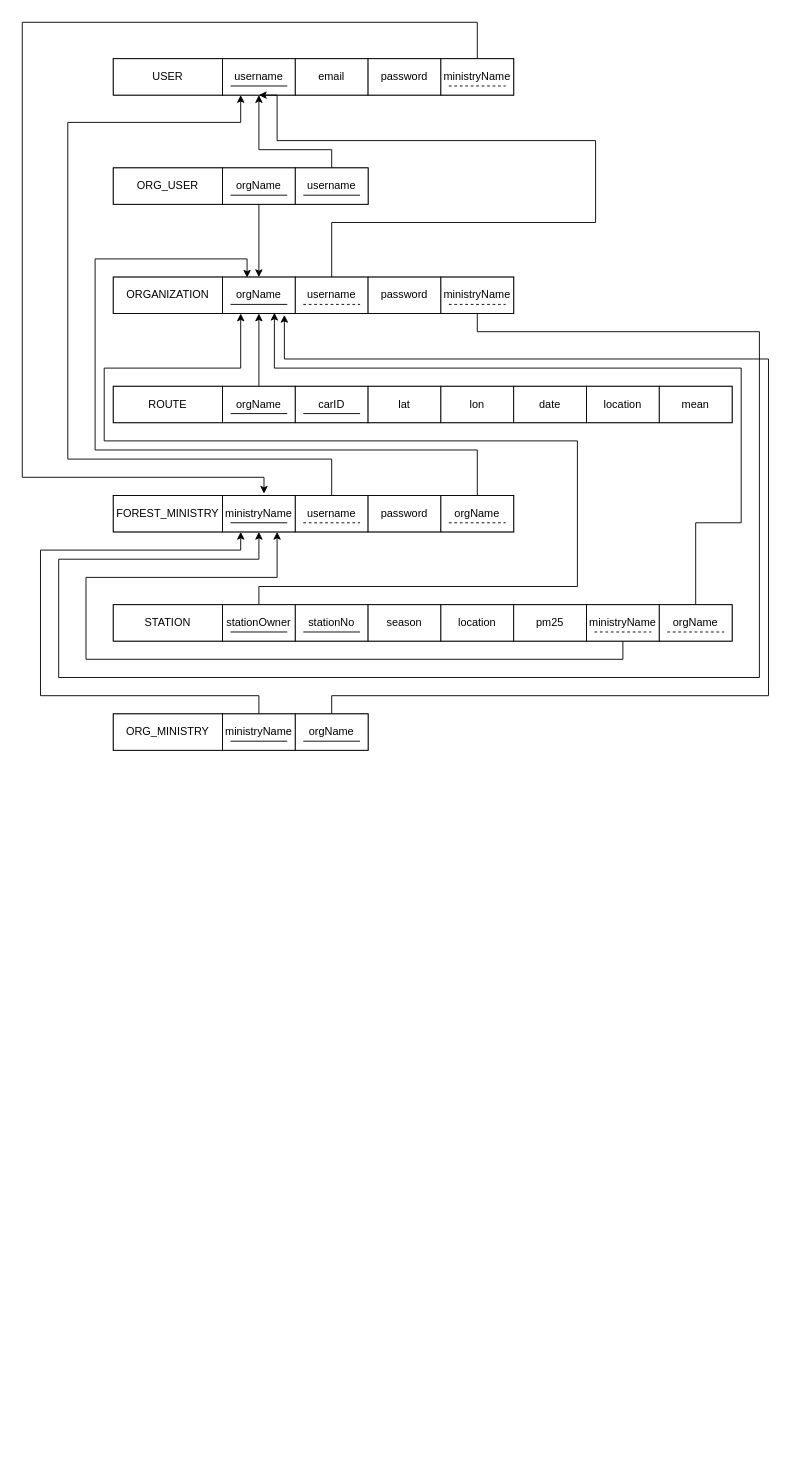
zorojuro75/CSE303-sec-03-Group-03 keeps this draw.io diagram as z-design/RELATIONAL_SCHEMA.drawio. Above is the earlier version. Source tidied: cells renumbered, new cells numbered last; positions are measured from the earlier drawing's top-left corner, leaving out a move shared by most shapes. Both pictures are drawn from the tidied source at 91%, with x=0, y=0 at pixel (22, 22).
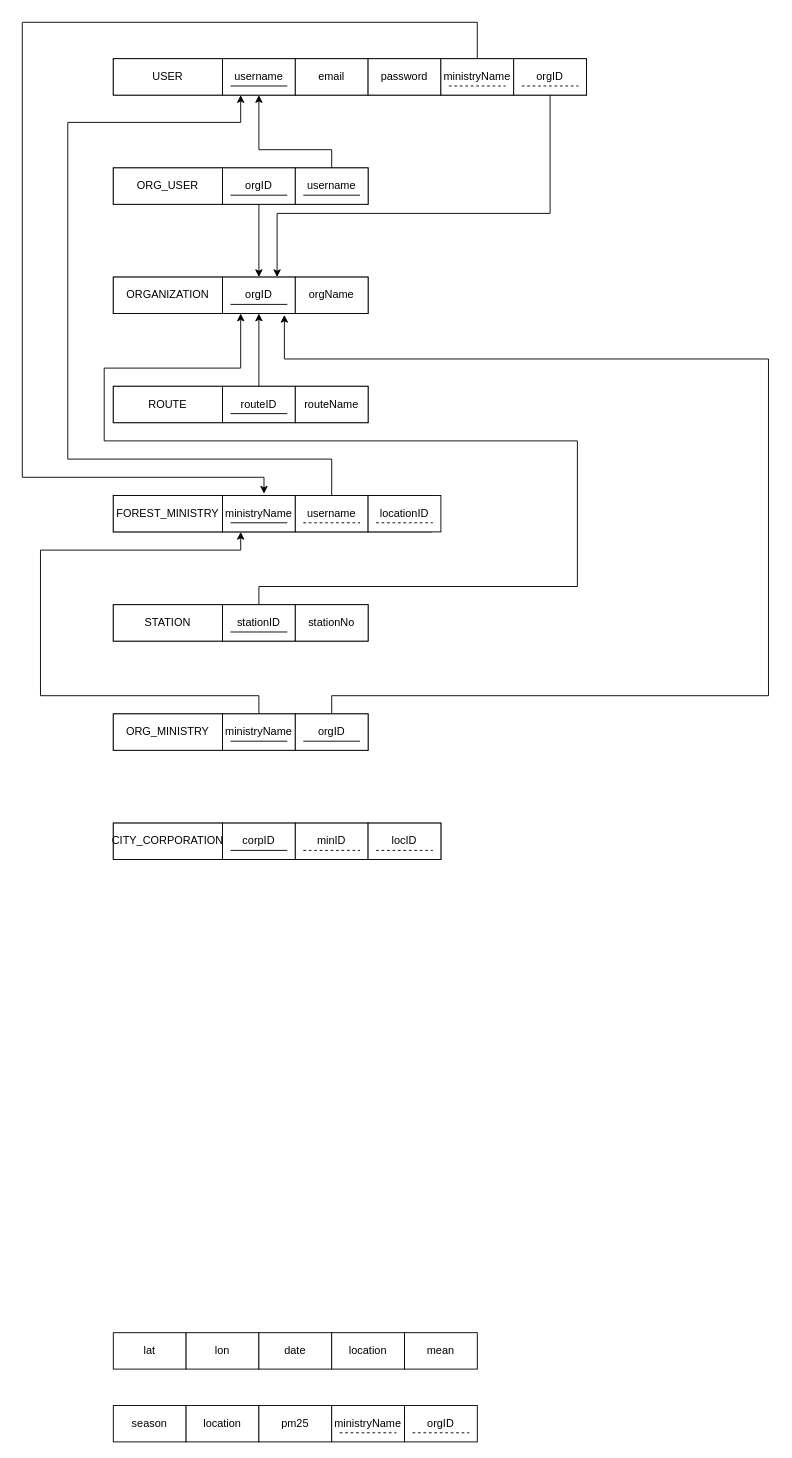
Above is the later version.

Unchanged cells that the change refers to:
```xml
<mxCell id="4" value="username" style="rounded=0;whiteSpace=wrap;html=1;" parent="1" vertex="1">
  <mxGeometry x="220" y="40" width="80" height="40" as="geometry" />
</mxCell>
<mxCell id="25" value="ministryName" style="rounded=0;whiteSpace=wrap;html=1;" parent="1" vertex="1">
  <mxGeometry x="220" y="520" width="80" height="40" as="geometry" />
</mxCell>
```

Change to the diagram source:
```diff
@@
     <mxCell id="2" style="rounded=0;whiteSpace=wrap;html=1;" parent="1" vertex="1">
-      <mxGeometry x="100" y="40" width="440" height="40" as="geometry" />
+      <mxGeometry x="100" y="40" width="520" height="40" as="geometry" />
     </mxCell>
@@
     <mxCell id="7" style="rounded=0;whiteSpace=wrap;html=1;" parent="1" vertex="1">
-      <mxGeometry x="100" y="280" width="440" height="40" as="geometry" />
+      <mxGeometry x="100" y="280" width="280" height="40" as="geometry" />
     </mxCell>
@@
-    <mxCell id="9" value="orgName" style="rounded=0;whiteSpace=wrap;html=1;" parent="1" vertex="1">
+    <mxCell id="9" value="orgID" style="rounded=0;whiteSpace=wrap;html=1;" parent="1" vertex="1">
       <mxGeometry x="220" y="280" width="80" height="40" as="geometry" />
     </mxCell>
-    <mxCell id="10" style="edgeStyle=orthogonalEdgeStyle;rounded=0;jettySize=auto;html=1;exitX=0.5;exitY=0;exitDx=0;exitDy=0;entryX=0.5;entryY=1;entryDx=0;entryDy=0;" parent="1" edge="1" source="11" target="4">
-      <mxGeometry relative="1" as="geometry">
-        <Array as="points">
-          <mxPoint x="340" y="220" />
-          <mxPoint x="630" y="220" />
-          <mxPoint x="630" y="130" />
-          <mxPoint x="280" y="130" />
-          <mxPoint x="280" y="80" />
-        </Array>
-      </mxGeometry>
-    </mxCell>
-    <mxCell id="11" value="username" style="rounded=0;whiteSpace=wrap;html=1;" parent="1" vertex="1">
+    <mxCell id="11" value="orgName" style="rounded=0;whiteSpace=wrap;html=1;" parent="1" vertex="1">
       <mxGeometry x="300" y="280" width="80" height="40" as="geometry" />
     </mxCell>
-    <mxCell id="12" value="password" style="rounded=0;whiteSpace=wrap;html=1;" parent="1" vertex="1">
-      <mxGeometry x="380" y="280" width="80" height="40" as="geometry" />
-    </mxCell>
     <mxCell id="13" style="rounded=0;whiteSpace=wrap;html=1;" parent="1" vertex="1">
-      <mxGeometry x="100" y="400" width="680" height="40" as="geometry" />
+      <mxGeometry x="100" y="400" width="280" height="40" as="geometry" />
     </mxCell>
@@
-    <mxCell id="16" value="orgName" style="rounded=0;whiteSpace=wrap;html=1;" parent="1" vertex="1">
+    <mxCell id="16" value="routeID" style="rounded=0;whiteSpace=wrap;html=1;" parent="1" vertex="1">
       <mxGeometry x="220" y="400" width="80" height="40" as="geometry" />
     </mxCell>
-    <mxCell id="17" value="carID" style="rounded=0;whiteSpace=wrap;html=1;" parent="1" vertex="1">
+    <mxCell id="17" value="routeName" style="rounded=0;whiteSpace=wrap;html=1;" parent="1" vertex="1">
       <mxGeometry x="300" y="400" width="80" height="40" as="geometry" />
     </mxCell>
-    <mxCell id="18" value="lat" style="rounded=0;whiteSpace=wrap;html=1;" parent="1" vertex="1">
-      <mxGeometry x="380" y="400" width="80" height="40" as="geometry" />
-    </mxCell>
-    <mxCell id="19" value="lon" style="rounded=0;whiteSpace=wrap;html=1;" parent="1" vertex="1">
-      <mxGeometry x="460" y="400" width="80" height="40" as="geometry" />
-    </mxCell>
-    <mxCell id="20" value="date" style="rounded=0;whiteSpace=wrap;html=1;" parent="1" vertex="1">
-      <mxGeometry x="540" y="400" width="80" height="40" as="geometry" />
-    </mxCell>
-    <mxCell id="21" value="location" style="rounded=0;whiteSpace=wrap;html=1;" parent="1" vertex="1">
-      <mxGeometry x="620" y="400" width="80" height="40" as="geometry" />
-    </mxCell>
-    <mxCell id="22" value="mean" style="rounded=0;whiteSpace=wrap;html=1;" parent="1" vertex="1">
-      <mxGeometry x="700" y="400" width="80" height="40" as="geometry" />
-    </mxCell>
     <mxCell id="23" style="rounded=0;whiteSpace=wrap;html=1;" parent="1" vertex="1">
-      <mxGeometry x="100" y="520" width="440" height="40" as="geometry" />
+      <mxGeometry x="100" y="520" width="350" height="40" as="geometry" />
     </mxCell>
@@
-    <mxCell id="28" value="password" style="rounded=0;whiteSpace=wrap;html=1;" parent="1" vertex="1">
-      <mxGeometry x="380" y="520" width="80" height="40" as="geometry" />
-    </mxCell>
     <mxCell id="29" style="rounded=0;whiteSpace=wrap;html=1;" parent="1" vertex="1">
-      <mxGeometry x="100" y="640" width="680" height="40" as="geometry" />
+      <mxGeometry x="100" y="640" width="280" height="40" as="geometry" />
     </mxCell>
@@
-    <mxCell id="32" value="stationOwner" style="rounded=0;whiteSpace=wrap;html=1;" parent="1" vertex="1">
+    <mxCell id="32" value="stationID" style="rounded=0;whiteSpace=wrap;html=1;" parent="1" vertex="1">
       <mxGeometry x="220" y="640" width="80" height="40" as="geometry" />
     </mxCell>
@@
-    <mxCell id="34" value="season" style="rounded=0;whiteSpace=wrap;html=1;" parent="1" vertex="1">
-      <mxGeometry x="380" y="640" width="80" height="40" as="geometry" />
-    </mxCell>
-    <mxCell id="35" value="location" style="rounded=0;whiteSpace=wrap;html=1;" parent="1" vertex="1">
-      <mxGeometry x="460" y="640" width="80" height="40" as="geometry" />
-    </mxCell>
-    <mxCell id="36" value="pm25" style="rounded=0;whiteSpace=wrap;html=1;" parent="1" vertex="1">
-      <mxGeometry x="540" y="640" width="80" height="40" as="geometry" />
-    </mxCell>
@@
-    <mxCell id="40" style="endArrow=none;html=1;rounded=0;" parent="1" edge="1">
-      <mxGeometry relative="1" as="geometry">
-        <mxPoint x="308.8" y="430" as="sourcePoint" />
-        <mxPoint x="371.2" y="430" as="targetPoint" />
-      </mxGeometry>
-    </mxCell>
@@
-    <mxCell id="43" style="endArrow=none;html=1;rounded=0;" parent="1" edge="1">
-      <mxGeometry relative="1" as="geometry">
-        <mxPoint x="308.8" y="670" as="sourcePoint" />
-        <mxPoint x="371.2" y="670" as="targetPoint" />
-      </mxGeometry>
-    </mxCell>
-    <mxCell id="44" style="endArrow=none;html=1;rounded=0;dashed=1;" parent="1" edge="1">
-      <mxGeometry relative="1" as="geometry">
-        <mxPoint x="308.8" y="310" as="sourcePoint" />
-        <mxPoint x="371.2" y="310" as="targetPoint" />
-      </mxGeometry>
-    </mxCell>
@@
-    <mxCell id="46" style="edgeStyle=orthogonalEdgeStyle;rounded=0;jettySize=auto;html=1;exitX=0.5;exitY=1;exitDx=0;exitDy=0;entryX=0.5;entryY=1;entryDx=0;entryDy=0;" parent="1" edge="1" source="47" target="25">
-      <mxGeometry relative="1" as="geometry">
-        <Array as="points">
-          <mxPoint x="500" y="340" />
-          <mxPoint x="810" y="340" />
-          <mxPoint x="810" y="720" />
-          <mxPoint x="40" y="720" />
-          <mxPoint x="40" y="590" />
-          <mxPoint x="260" y="590" />
-        </Array>
-      </mxGeometry>
-    </mxCell>
-    <mxCell id="47" value="ministryName" style="rounded=0;whiteSpace=wrap;html=1;" parent="1" vertex="1">
-      <mxGeometry x="460" y="280" width="80" height="40" as="geometry" />
-    </mxCell>
-    <mxCell id="48" style="endArrow=none;html=1;rounded=0;dashed=1;" parent="1" edge="1">
-      <mxGeometry relative="1" as="geometry">
-        <mxPoint x="468.8" y="310" as="sourcePoint" />
-        <mxPoint x="531.2" y="310" as="targetPoint" />
-      </mxGeometry>
-    </mxCell>
-    <mxCell id="49" style="edgeStyle=orthogonalEdgeStyle;rounded=0;jettySize=auto;html=1;exitX=0.5;exitY=1;exitDx=0;exitDy=0;entryX=0.75;entryY=1;entryDx=0;entryDy=0;" parent="1" edge="1" source="50" target="25">
-      <mxGeometry relative="1" as="geometry">
-        <Array as="points">
-          <mxPoint x="660" y="700" />
-          <mxPoint x="70" y="700" />
-          <mxPoint x="70" y="610" />
-          <mxPoint x="280" y="610" />
-        </Array>
-      </mxGeometry>
-    </mxCell>
-    <mxCell id="50" value="ministryName" style="rounded=0;whiteSpace=wrap;html=1;" parent="1" vertex="1">
-      <mxGeometry x="620" y="640" width="80" height="40" as="geometry" />
-    </mxCell>
-    <mxCell id="51" style="endArrow=none;html=1;rounded=0;dashed=1;" parent="1" edge="1">
-      <mxGeometry relative="1" as="geometry">
-        <mxPoint x="628.8" y="670" as="sourcePoint" />
-        <mxPoint x="691.2" y="670" as="targetPoint" />
-      </mxGeometry>
-    </mxCell>
-    <mxCell id="52" style="edgeStyle=orthogonalEdgeStyle;rounded=0;jettySize=auto;html=1;exitX=0.5;exitY=0;exitDx=0;exitDy=0;entryX=0.713;entryY=0.98;entryDx=0;entryDy=0;entryPerimeter=0;" parent="1" edge="1" source="53" target="9">
-      <mxGeometry relative="1" as="geometry">
-        <Array as="points">
-          <mxPoint x="740" y="550" />
-          <mxPoint x="790" y="550" />
-          <mxPoint x="790" y="380" />
-          <mxPoint x="277" y="380" />
-        </Array>
-      </mxGeometry>
-    </mxCell>
-    <mxCell id="53" value="orgName" style="rounded=0;whiteSpace=wrap;html=1;" parent="1" vertex="1">
-      <mxGeometry x="700" y="640" width="80" height="40" as="geometry" />
-    </mxCell>
-    <mxCell id="54" style="endArrow=none;html=1;rounded=0;dashed=1;" parent="1" edge="1">
-      <mxGeometry relative="1" as="geometry">
-        <mxPoint x="708.8" y="670" as="sourcePoint" />
-        <mxPoint x="771.2" y="670" as="targetPoint" />
-      </mxGeometry>
-    </mxCell>
-    <mxCell id="55" style="edgeStyle=orthogonalEdgeStyle;rounded=0;jettySize=auto;html=1;exitX=0.5;exitY=0;exitDx=0;exitDy=0;entryX=0.338;entryY=0.015;entryDx=0;entryDy=0;entryPerimeter=0;" parent="1" edge="1" source="56" target="9">
-      <mxGeometry relative="1" as="geometry">
-        <Array as="points">
-          <mxPoint x="500" y="470" />
-          <mxPoint x="80" y="470" />
-          <mxPoint x="80" y="260" />
-          <mxPoint x="247" y="260" />
-        </Array>
-      </mxGeometry>
-    </mxCell>
-    <mxCell id="56" value="orgName" style="rounded=0;whiteSpace=wrap;html=1;" parent="1" vertex="1">
-      <mxGeometry x="460" y="520" width="80" height="40" as="geometry" />
+    <mxCell id="56" value="locationID" style="rounded=0;whiteSpace=wrap;html=1;" parent="1" vertex="1">
+      <mxGeometry x="380" y="520" width="80" height="40" as="geometry" />
     </mxCell>
     <mxCell id="57" style="endArrow=none;html=1;rounded=0;dashed=1;" parent="1" edge="1">
       <mxGeometry relative="1" as="geometry">
-        <mxPoint x="468.8" y="550" as="sourcePoint" />
-        <mxPoint x="531.2" y="550" as="targetPoint" />
+        <mxPoint x="388.8" y="550" as="sourcePoint" />
+        <mxPoint x="451.2" y="550" as="targetPoint" />
       </mxGeometry>
     </mxCell>
@@
-    <mxCell id="64" value="orgName" style="rounded=0;whiteSpace=wrap;html=1;" parent="1" vertex="1">
+    <mxCell id="64" value="orgID" style="rounded=0;whiteSpace=wrap;html=1;" parent="1" vertex="1">
       <mxGeometry x="300" y="760" width="80" height="40" as="geometry" />
     </mxCell>
@@
-    <mxCell id="72" value="orgName" style="rounded=0;whiteSpace=wrap;html=1;" parent="1" vertex="1">
+    <mxCell id="72" value="orgID" style="rounded=0;whiteSpace=wrap;html=1;" parent="1" vertex="1">
       <mxGeometry x="220" y="160" width="80" height="40" as="geometry" />
     </mxCell>
@@
+    <mxCell id="77" style="edgeStyle=orthogonalEdgeStyle;rounded=0;jettySize=auto;html=1;exitX=0.5;exitY=1;exitDx=0;exitDy=0;entryX=0.75;entryY=0;entryDx=0;entryDy=0;" parent="1" edge="1" source="78" target="9">
+      <mxGeometry relative="1" as="geometry">
+        <Array as="points">
+          <mxPoint x="580" y="210" />
+          <mxPoint x="280" y="210" />
+        </Array>
+      </mxGeometry>
+    </mxCell>
+    <mxCell id="78" value="orgID" style="rounded=0;whiteSpace=wrap;html=1;" parent="1" vertex="1">
+      <mxGeometry x="540" y="40" width="80" height="40" as="geometry" />
+    </mxCell>
+    <mxCell id="79" style="endArrow=none;html=1;rounded=0;dashed=1;" parent="1" edge="1">
+      <mxGeometry relative="1" as="geometry">
+        <mxPoint x="548.8" y="70" as="sourcePoint" />
+        <mxPoint x="611.2" y="70" as="targetPoint" />
+      </mxGeometry>
+    </mxCell>
+    <mxCell id="18" value="lat" style="rounded=0;whiteSpace=wrap;html=1;" parent="1" vertex="1">
+      <mxGeometry x="100" y="1440" width="80" height="40" as="geometry" />
+    </mxCell>
+    <mxCell id="19" value="lon" style="rounded=0;whiteSpace=wrap;html=1;" parent="1" vertex="1">
+      <mxGeometry x="180" y="1440" width="80" height="40" as="geometry" />
+    </mxCell>
+    <mxCell id="20" value="date" style="rounded=0;whiteSpace=wrap;html=1;" parent="1" vertex="1">
+      <mxGeometry x="260" y="1440" width="80" height="40" as="geometry" />
+    </mxCell>
+    <mxCell id="80" value="location" style="rounded=0;whiteSpace=wrap;html=1;" parent="1" vertex="1">
+      <mxGeometry x="340" y="1440" width="80" height="40" as="geometry" />
+    </mxCell>
+    <mxCell id="22" value="mean" style="rounded=0;whiteSpace=wrap;html=1;" parent="1" vertex="1">
+      <mxGeometry x="420" y="1440" width="80" height="40" as="geometry" />
+    </mxCell>
+    <mxCell id="34" value="season" style="rounded=0;whiteSpace=wrap;html=1;" parent="1" vertex="1">
+      <mxGeometry x="100" y="1520" width="80" height="40" as="geometry" />
+    </mxCell>
+    <mxCell id="81" value="location" style="rounded=0;whiteSpace=wrap;html=1;" parent="1" vertex="1">
+      <mxGeometry x="180" y="1520" width="80" height="40" as="geometry" />
+    </mxCell>
+    <mxCell id="36" value="pm25" style="rounded=0;whiteSpace=wrap;html=1;" parent="1" vertex="1">
+      <mxGeometry x="260" y="1520" width="80" height="40" as="geometry" />
+    </mxCell>
+    <mxCell id="82" value="ministryName" style="rounded=0;whiteSpace=wrap;html=1;" parent="1" vertex="1">
+      <mxGeometry x="340" y="1520" width="80" height="40" as="geometry" />
+    </mxCell>
+    <mxCell id="83" style="endArrow=none;html=1;rounded=0;dashed=1;" parent="1" edge="1">
+      <mxGeometry relative="1" as="geometry">
+        <mxPoint x="348.8" y="1550" as="sourcePoint" />
+        <mxPoint x="411.2" y="1550" as="targetPoint" />
+      </mxGeometry>
+    </mxCell>
+    <mxCell id="84" value="orgID" style="rounded=0;whiteSpace=wrap;html=1;" parent="1" vertex="1">
+      <mxGeometry x="420" y="1520" width="80" height="40" as="geometry" />
+    </mxCell>
+    <mxCell id="85" style="endArrow=none;html=1;rounded=0;dashed=1;" parent="1" edge="1">
+      <mxGeometry relative="1" as="geometry">
+        <mxPoint x="428.8" y="1550" as="sourcePoint" />
+        <mxPoint x="491.2" y="1550" as="targetPoint" />
+      </mxGeometry>
+    </mxCell>
+    <mxCell id="86" style="rounded=0;whiteSpace=wrap;html=1;" parent="1" vertex="1">
+      <mxGeometry x="100" y="880" width="360" height="40" as="geometry" />
+    </mxCell>
+    <mxCell id="87" value="CITY_CORPORATION" style="rounded=0;whiteSpace=wrap;html=1;" parent="1" vertex="1">
+      <mxGeometry x="100" y="880" width="120" height="40" as="geometry" />
+    </mxCell>
+    <mxCell id="88" value="corpID" style="rounded=0;whiteSpace=wrap;html=1;" parent="1" vertex="1">
+      <mxGeometry x="220" y="880" width="80" height="40" as="geometry" />
+    </mxCell>
+    <mxCell id="89" style="endArrow=none;html=1;rounded=0;" parent="1" edge="1">
+      <mxGeometry relative="1" as="geometry">
+        <mxPoint x="228.8" y="910" as="sourcePoint" />
+        <mxPoint x="291.2" y="910" as="targetPoint" />
+      </mxGeometry>
+    </mxCell>
+    <mxCell id="90" value="minID" style="rounded=0;whiteSpace=wrap;html=1;" parent="1" vertex="1">
+      <mxGeometry x="300" y="880" width="80" height="40" as="geometry" />
+    </mxCell>
+    <mxCell id="91" value="locID" style="rounded=0;whiteSpace=wrap;html=1;" parent="1" vertex="1">
+      <mxGeometry x="380" y="880" width="80" height="40" as="geometry" />
+    </mxCell>
+    <mxCell id="92" style="endArrow=none;html=1;rounded=0;dashed=1;" parent="1" edge="1">
+      <mxGeometry relative="1" as="geometry">
+        <mxPoint x="388.8" y="910" as="sourcePoint" />
+        <mxPoint x="451.2" y="910" as="targetPoint" />
+      </mxGeometry>
+    </mxCell>
+    <mxCell id="93" style="endArrow=none;html=1;rounded=0;dashed=1;" parent="1" edge="1">
+      <mxGeometry relative="1" as="geometry">
+        <mxPoint x="308.8" y="910" as="sourcePoint" />
+        <mxPoint x="371.2" y="910" as="targetPoint" />
+      </mxGeometry>
+    </mxCell>
```
